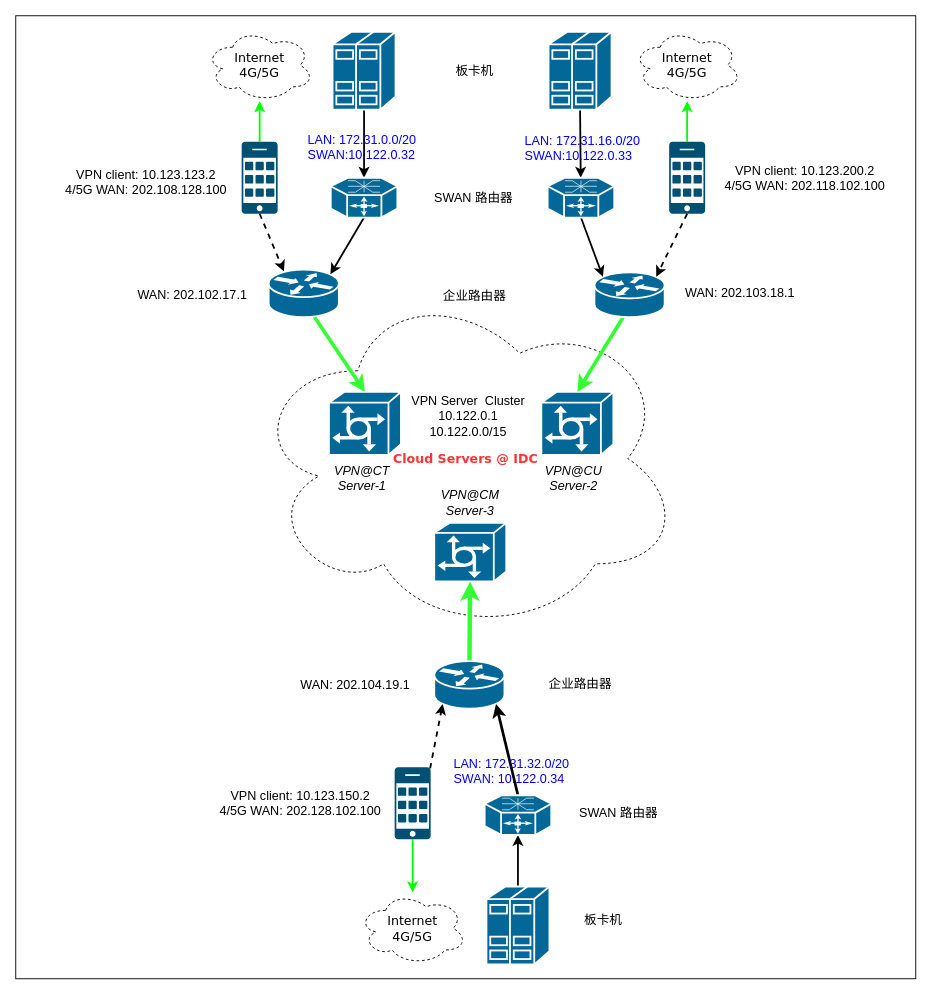
Above: Untitled Diagram.drawio in nxtreaming/andy_study (draw.io), before the change. Source tidied: cells renumbered, new cells numbered last; positions are measured from the earlier drawing's top-left corner, leaving out a move shared by most shapes. Both pictures are drawn from the tidied source at 90%, with x=0, y=0 at pixel (15, 15).
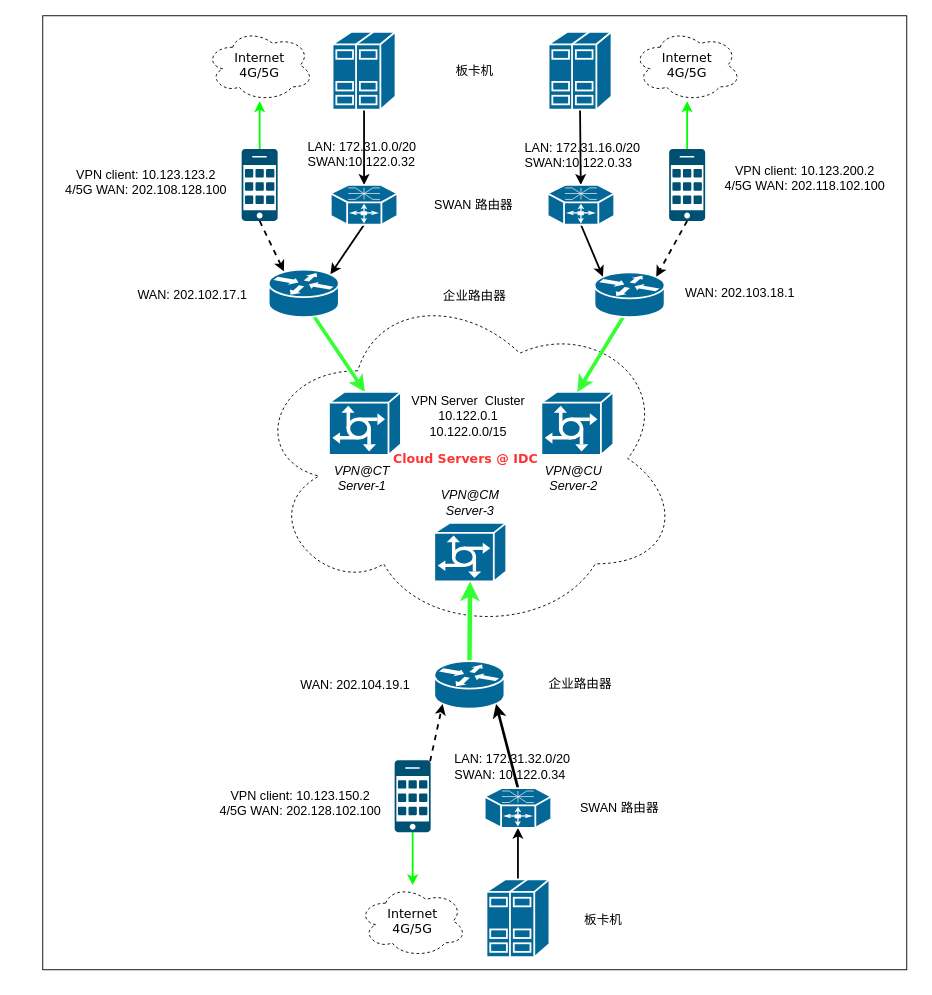
Above is the later version.

The edit, as a diff of the source:
```diff
@@
     <mxCell id="2" style="whiteSpace=wrap;html=1;fontColor=#0000FF;" parent="1" vertex="1">
-      <mxGeometry width="1000" height="1070" as="geometry" />
+      <mxGeometry x="30" width="960" height="1060" as="geometry" />
     </mxCell>
@@
     <mxCell id="8" style="sketch=0;points=[[0.015,0.015,0],[0.985,0.015,0],[0.985,0.985,0],[0.015,0.985,0],[0.25,0,0],[0.5,0,0],[0.75,0,0],[1,0.25,0],[1,0.5,0],[1,0.75,0],[0.75,1,0],[0.5,1,0],[0.25,1,0],[0,0.75,0],[0,0.5,0],[0,0.25,0]];verticalLabelPosition=bottom;html=1;verticalAlign=top;align=center;shape=mxgraph.cisco19.cell_phone;fillColor=#005073;strokeColor=none;" parent="1" vertex="1">
-      <mxGeometry x="251" y="140" width="40" height="80" as="geometry" />
+      <mxGeometry x="251" y="148" width="40" height="80" as="geometry" />
     </mxCell>
@@
     <mxCell id="23" style="sketch=0;points=[[0.015,0.015,0],[0.985,0.015,0],[0.985,0.985,0],[0.015,0.985,0],[0.25,0,0],[0.5,0,0],[0.75,0,0],[1,0.25,0],[1,0.5,0],[1,0.75,0],[0.75,1,0],[0.5,1,0],[0.25,1,0],[0,0.75,0],[0,0.5,0],[0,0.25,0]];verticalLabelPosition=bottom;html=1;verticalAlign=top;align=center;shape=mxgraph.cisco19.cell_phone;fillColor=#005073;strokeColor=none;" parent="1" vertex="1">
-      <mxGeometry x="726" y="140" width="40" height="80" as="geometry" />
+      <mxGeometry x="726" y="148" width="40" height="80" as="geometry" />
     </mxCell>
@@
     <mxCell id="28" value="&lt;font style=&quot;font-size: 14px;&quot;&gt;Internet&lt;br&gt;4G/5G&lt;br&gt;&lt;/font&gt;" style="ellipse;shape=cloud;whiteSpace=wrap;html=1;rounded=0;shadow=0;comic=0;strokeWidth=1;fontFamily=Verdana;fontSize=12;dashed=1;" parent="1" vertex="1">
-      <mxGeometry x="381" y="974" width="120" height="80" as="geometry" />
+      <mxGeometry x="381" y="966" width="120" height="80" as="geometry" />
     </mxCell>
@@
     <mxCell id="32" style="sketch=0;points=[[0.015,0.015,0],[0.985,0.015,0],[0.985,0.985,0],[0.015,0.985,0],[0.25,0,0],[0.5,0,0],[0.75,0,0],[1,0.25,0],[1,0.5,0],[1,0.75,0],[0.75,1,0],[0.5,1,0],[0.25,1,0],[0,0.75,0],[0,0.5,0],[0,0.25,0]];verticalLabelPosition=bottom;html=1;verticalAlign=top;align=center;shape=mxgraph.cisco19.cell_phone;fillColor=#005073;strokeColor=none;" parent="1" vertex="1">
-      <mxGeometry x="421" y="835.1" width="40" height="80" as="geometry" />
+      <mxGeometry x="421" y="827.1" width="40" height="80" as="geometry" />
     </mxCell>
@@
     <mxCell id="34" style="shape=mxgraph.cisco.servers.standard_host;sketch=0;html=1;dashed=0;fillColor=#036897;strokeColor=#ffffff;strokeWidth=2;verticalLabelPosition=bottom;verticalAlign=top;align=center;outlineConnect=0;" parent="1" vertex="1">
-      <mxGeometry x="523" y="967.5" width="70" height="86.5" as="geometry" />
+      <mxGeometry x="523" y="959.5" width="70" height="86.5" as="geometry" />
     </mxCell>
@@
     <mxCell id="46" style="shape=mxgraph.cisco.routers.optical_services_router;sketch=0;html=1;dashed=0;fillColor=#036897;strokeColor=#ffffff;strokeWidth=2;verticalLabelPosition=bottom;verticalAlign=top;align=center;outlineConnect=0;" parent="1" vertex="1">
-      <mxGeometry x="350" y="180" width="74" height="44.2" as="geometry" />
+      <mxGeometry x="350" y="188" width="74" height="44.2" as="geometry" />
     </mxCell>
     <mxCell id="47" value="&lt;font style=&quot;font-size: 14px;&quot;&gt;SWAN 路由器&lt;/font&gt;" style="text;strokeColor=#FFFFFF;align=center;fillColor=#FFFFFF;html=1;verticalAlign=middle;whiteSpace=wrap;rounded=0;fontColor=#000000;" parent="1" vertex="1">
-      <mxGeometry x="459" y="187.1" width="100" height="30" as="geometry" />
+      <mxGeometry x="459" y="195.1" width="100" height="30" as="geometry" />
     </mxCell>
     <mxCell id="48" style="shape=mxgraph.cisco.routers.optical_services_router;sketch=0;html=1;dashed=0;fillColor=#036897;strokeColor=#ffffff;strokeWidth=2;verticalLabelPosition=bottom;verticalAlign=top;align=center;outlineConnect=0;" parent="1" vertex="1">
-      <mxGeometry x="591" y="180" width="74" height="44.2" as="geometry" />
+      <mxGeometry x="591" y="188" width="74" height="44.2" as="geometry" />
     </mxCell>
     <mxCell id="49" style="shape=mxgraph.cisco.routers.optical_services_router;sketch=0;html=1;dashed=0;fillColor=#036897;strokeColor=#ffffff;strokeWidth=2;verticalLabelPosition=bottom;verticalAlign=top;align=center;outlineConnect=0;" parent="1" vertex="1">
-      <mxGeometry x="521" y="866.1" width="74" height="44.2" as="geometry" />
+      <mxGeometry x="521" y="858.1" width="74" height="44.2" as="geometry" />
     </mxCell>
@@
     <mxCell id="51" value="&lt;font style=&quot;font-size: 14px;&quot;&gt;SWAN 路由器&lt;/font&gt;" style="text;strokeColor=none;align=center;fillColor=#FFFFFF;html=1;verticalAlign=middle;whiteSpace=wrap;rounded=0;fontColor=#000000;" parent="1" vertex="1">
-      <mxGeometry x="620" y="870.9" width="100" height="30" as="geometry" />
+      <mxGeometry x="621" y="865.2" width="100" height="30" as="geometry" />
     </mxCell>
@@
-    <mxCell id="53" value="&lt;font color=&quot;#0000ff&quot; style=&quot;font-size: 14px;&quot;&gt;LAN: 172.31.0.0/20&lt;br&gt;&lt;div style=&quot;text-align: left;&quot;&gt;&lt;span style=&quot;background-color: initial;&quot;&gt;SWAN:10.122.0.32&lt;/span&gt;&lt;/div&gt;&lt;/font&gt;" style="text;strokeColor=none;align=center;fillColor=none;html=1;verticalAlign=middle;whiteSpace=wrap;rounded=0;" parent="1" vertex="1">
-      <mxGeometry x="315" y="131" width="140" height="30" as="geometry" />
+    <mxCell id="53" value="&lt;font style=&quot;font-size: 14px;&quot;&gt;LAN: 172.31.0.0/20&lt;br&gt;&lt;div style=&quot;text-align: left;&quot;&gt;&lt;span style=&quot;background-color: initial;&quot;&gt;SWAN:10.122.0.32&lt;/span&gt;&lt;/div&gt;&lt;/font&gt;" style="text;strokeColor=none;align=center;fillColor=none;html=1;verticalAlign=middle;whiteSpace=wrap;rounded=0;" parent="1" vertex="1">
+      <mxGeometry x="315" y="139" width="140" height="30" as="geometry" />
     </mxCell>
-    <mxCell id="54" value="&lt;font color=&quot;#0000ff&quot; style=&quot;font-size: 14px;&quot;&gt;LAN: 172.31.16.0/20&lt;br&gt;&lt;div style=&quot;text-align: left;&quot;&gt;&lt;span style=&quot;background-color: initial;&quot;&gt;SWAN:10.122.0.33&lt;/span&gt;&lt;/div&gt;&lt;/font&gt;" style="text;strokeColor=none;align=center;fillColor=none;html=1;verticalAlign=middle;whiteSpace=wrap;rounded=0;" parent="1" vertex="1">
-      <mxGeometry x="560" y="132" width="140" height="30" as="geometry" />
+    <mxCell id="54" value="&lt;font style=&quot;font-size: 14px;&quot;&gt;LAN: 172.31.16.0/20&lt;br&gt;&lt;div style=&quot;text-align: left;&quot;&gt;&lt;span style=&quot;background-color: initial;&quot;&gt;SWAN:10.122.0.33&lt;/span&gt;&lt;/div&gt;&lt;/font&gt;" style="text;strokeColor=none;align=center;fillColor=none;html=1;verticalAlign=middle;whiteSpace=wrap;rounded=0;" parent="1" vertex="1">
+      <mxGeometry x="560" y="140" width="140" height="30" as="geometry" />
     </mxCell>
-    <mxCell id="55" value="&lt;font color=&quot;#0000ff&quot; style=&quot;font-size: 14px;&quot;&gt;LAN: 172.31.32.0/20&lt;br&gt;&lt;div style=&quot;text-align: left;&quot;&gt;&lt;span style=&quot;background-color: initial;&quot;&gt;SWAN: 10.122.0.34&lt;/span&gt;&lt;/div&gt;&lt;/font&gt;" style="text;strokeColor=none;align=center;fillColor=none;html=1;verticalAlign=middle;whiteSpace=wrap;rounded=0;" parent="1" vertex="1">
-      <mxGeometry x="481" y="824" width="140" height="30" as="geometry" />
+    <mxCell id="55" value="&lt;font style=&quot;font-size: 14px;&quot;&gt;LAN: 172.31.32.0/20&lt;br&gt;&lt;div style=&quot;text-align: left;&quot;&gt;&lt;span style=&quot;background-color: initial;&quot;&gt;SWAN: 10.122.0.34&lt;/span&gt;&lt;/div&gt;&lt;/font&gt;" style="text;strokeColor=none;align=center;fillColor=none;html=1;verticalAlign=middle;whiteSpace=wrap;rounded=0;" parent="1" vertex="1">
+      <mxGeometry x="482" y="819" width="140" height="30" as="geometry" />
     </mxCell>
```
